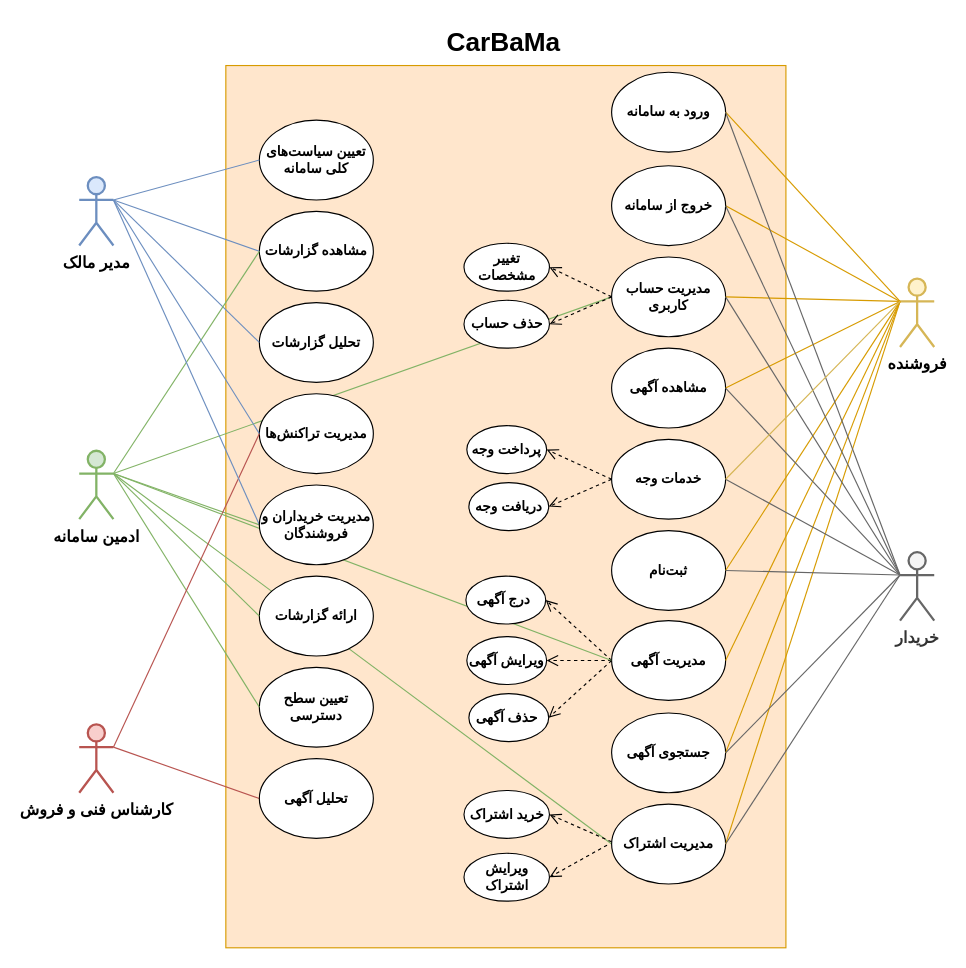
This is UseCase/Diagram/MiddleWare_CarBaMaUseCaseDiagram.drawio from MelvinMo/CarBaMa_Automotive-Sale-Application, a draw.io file, before an edit. Source tidied: cells renumbered, new cells numbered last; positions are measured from the earlier drawing's top-left corner, leaving out a move shared by most shapes. Both pictures are drawn from the tidied source at 114%, with x=0, y=0 at pixel (79, 19).
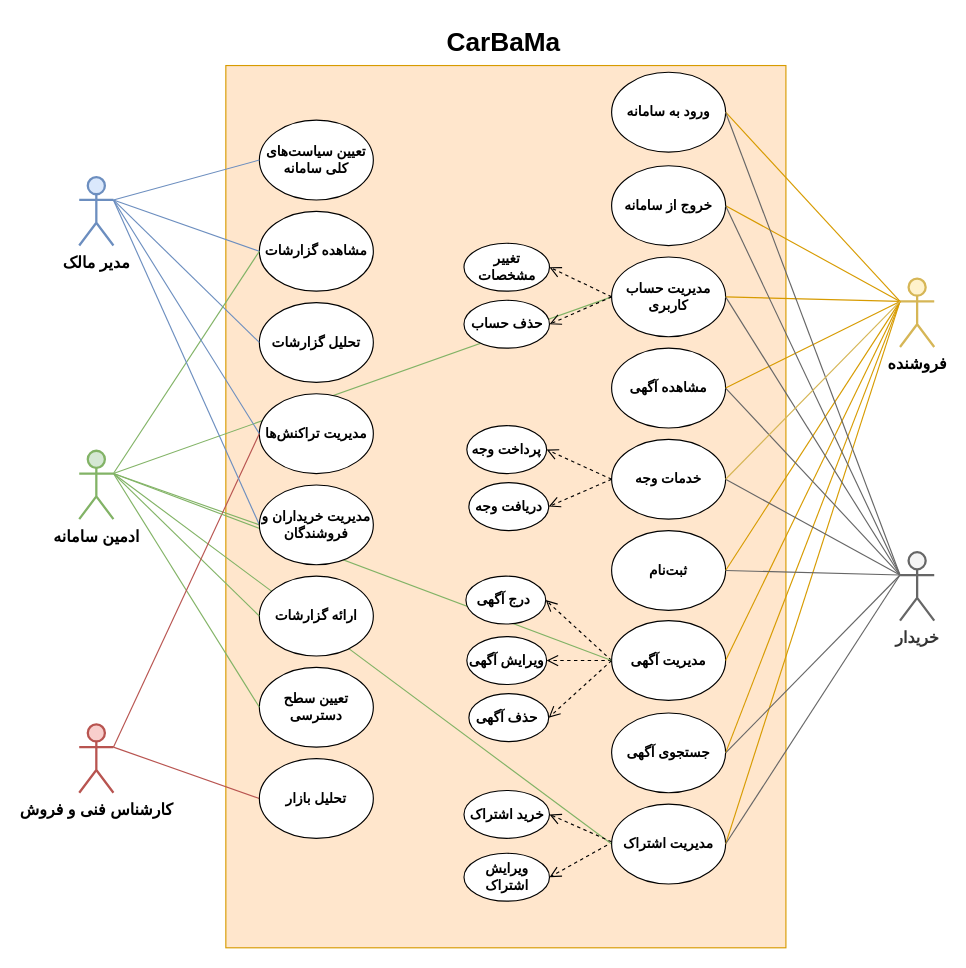
The same page after the edit.

Commit message (it also covers changes not shown here):
Usecase Diagram & Activity Diagram conducted!

Diff of the diagram source:
```diff
@@
-    <mxCell id="26" value="&lt;b&gt;تحلیل آگهی&lt;/b&gt;" style="ellipse;whiteSpace=wrap;html=1;strokeColor=#000000;strokeWidth=1;gradientColor=none;" parent="1" vertex="1">
+    <mxCell id="26" value="&lt;b&gt;تحلیل بازار&lt;/b&gt;" style="ellipse;whiteSpace=wrap;html=1;strokeColor=#000000;strokeWidth=1;gradientColor=none;" parent="1" vertex="1">
       <mxGeometry x="158" y="647.9" width="100" height="70" as="geometry" />
     </mxCell>
```
